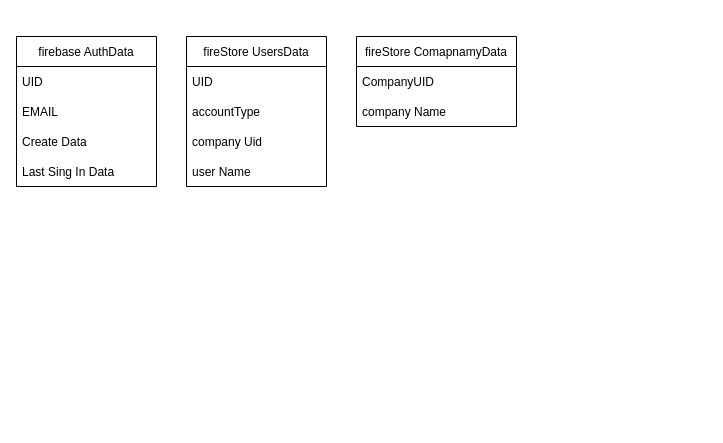
BSstart2017/Project_CV_Andreyeu keeps this draw.io diagram as public/Untitled Diagram.drawio. Above is the earlier version. Source tidied: cells renumbered, new cells numbered last; positions are measured from the earlier drawing's top-left corner, leaving out a move shared by most shapes. Both pictures are drawn from the tidied source at 100%, with x=0, y=0 at pixel (16, 36).
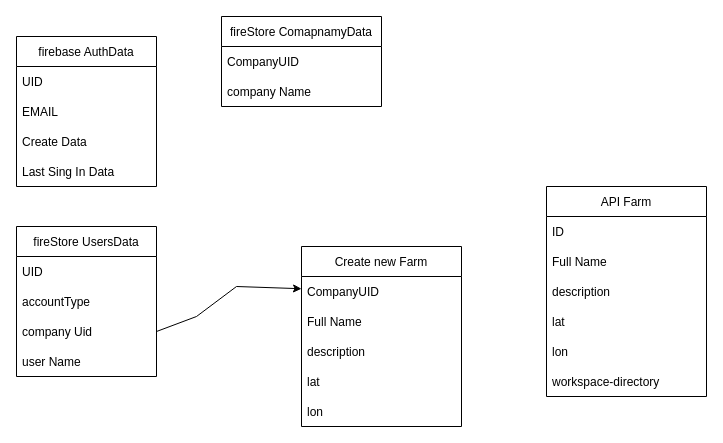
The same diagram, later.

Unchanged cells that the change refers to:
```xml
<mxCell id="10" value="company Uid" style="text;strokeColor=none;fillColor=none;align=left;verticalAlign=middle;spacingLeft=4;spacingRight=4;overflow=hidden;points=[[0,0.5],[1,0.5]];portConstraint=eastwest;" parent="7" vertex="1">
  <mxGeometry y="90" width="140" height="30" as="geometry" />
</mxCell>
```

Diff of the diagram source:
```diff
@@
     <mxCell id="7" value="fireStore UsersData" style="swimlane;fontStyle=0;horizontal=1;startSize=30;" parent="1" vertex="1">
-      <mxGeometry x="170" width="140" height="150" as="geometry" />
+      <mxGeometry y="190" width="140" height="150" as="geometry" />
     </mxCell>
@@
     <mxCell id="12" value="fireStore ComapnamyData" style="swimlane;fontStyle=0;horizontal=1;startSize=30;" parent="1" vertex="1">
-      <mxGeometry x="340" width="160" height="90" as="geometry" />
+      <mxGeometry x="205" y="-20" width="160" height="90" as="geometry" />
     </mxCell>
@@
+    <mxCell id="15" value="API Farm" style="swimlane;fontStyle=0;horizontal=1;startSize=30;" parent="1" vertex="1">
+      <mxGeometry x="530" y="150" width="160" height="210" as="geometry" />
+    </mxCell>
+    <mxCell id="16" value="ID" style="text;strokeColor=none;fillColor=none;align=left;verticalAlign=middle;spacingLeft=4;spacingRight=4;overflow=hidden;" parent="15" vertex="1">
+      <mxGeometry y="30" width="160" height="30" as="geometry" />
+    </mxCell>
+    <mxCell id="17" value="Full Name" style="text;strokeColor=none;fillColor=none;align=left;verticalAlign=middle;spacingLeft=4;spacingRight=4;overflow=hidden;" parent="15" vertex="1">
+      <mxGeometry y="60" width="160" height="30" as="geometry" />
+    </mxCell>
+    <mxCell id="18" value="description" style="text;strokeColor=none;fillColor=none;align=left;verticalAlign=middle;spacingLeft=4;spacingRight=4;overflow=hidden;" parent="15" vertex="1">
+      <mxGeometry y="90" width="160" height="30" as="geometry" />
+    </mxCell>
+    <mxCell id="19" value="lat" style="text;strokeColor=none;fillColor=none;align=left;verticalAlign=middle;spacingLeft=4;spacingRight=4;overflow=hidden;" parent="15" vertex="1">
+      <mxGeometry y="120" width="160" height="30" as="geometry" />
+    </mxCell>
+    <mxCell id="20" value="lon" style="text;strokeColor=none;fillColor=none;align=left;verticalAlign=middle;spacingLeft=4;spacingRight=4;overflow=hidden;" parent="15" vertex="1">
+      <mxGeometry y="150" width="160" height="30" as="geometry" />
+    </mxCell>
+    <mxCell id="21" value="workspace-directory" style="text;strokeColor=none;fillColor=none;align=left;verticalAlign=middle;spacingLeft=4;spacingRight=4;overflow=hidden;" parent="15" vertex="1">
+      <mxGeometry y="180" width="160" height="30" as="geometry" />
+    </mxCell>
+    <mxCell id="22" value="Create new Farm" style="swimlane;fontStyle=0;horizontal=1;startSize=30;" parent="1" vertex="1">
+      <mxGeometry x="285" y="210" width="160" height="180" as="geometry" />
+    </mxCell>
+    <mxCell id="23" value="CompanyUID" style="text;strokeColor=none;fillColor=none;align=left;verticalAlign=middle;spacingLeft=4;spacingRight=4;overflow=hidden;points=[[0,0.5],[1,0.5]];portConstraint=eastwest;" parent="22" vertex="1">
+      <mxGeometry y="30" width="160" height="30" as="geometry" />
+    </mxCell>
+    <mxCell id="24" value="Full Name" style="text;strokeColor=none;fillColor=none;align=left;verticalAlign=middle;spacingLeft=4;spacingRight=4;overflow=hidden;" parent="22" vertex="1">
+      <mxGeometry y="60" width="160" height="30" as="geometry" />
+    </mxCell>
+    <mxCell id="25" value="description" style="text;strokeColor=none;fillColor=none;align=left;verticalAlign=middle;spacingLeft=4;spacingRight=4;overflow=hidden;" parent="22" vertex="1">
+      <mxGeometry y="90" width="160" height="30" as="geometry" />
+    </mxCell>
+    <mxCell id="26" value="lat" style="text;strokeColor=none;fillColor=none;align=left;verticalAlign=middle;spacingLeft=4;spacingRight=4;overflow=hidden;" parent="22" vertex="1">
+      <mxGeometry y="120" width="160" height="30" as="geometry" />
+    </mxCell>
+    <mxCell id="27" value="lon" style="text;strokeColor=none;fillColor=none;align=left;verticalAlign=middle;spacingLeft=4;spacingRight=4;overflow=hidden;" parent="22" vertex="1">
+      <mxGeometry y="150" width="160" height="30" as="geometry" />
+    </mxCell>
+    <mxCell id="28" style="endArrow=classic;html=1;rounded=0;exitX=1;exitY=0.5;exitDx=0;exitDy=0;" parent="1" edge="1" source="10" target="23">
+      <mxGeometry relative="1" as="geometry">
+        <Array as="points">
+          <mxPoint x="180" y="280" />
+          <mxPoint x="220" y="250" />
+        </Array>
+      </mxGeometry>
+    </mxCell>
```
